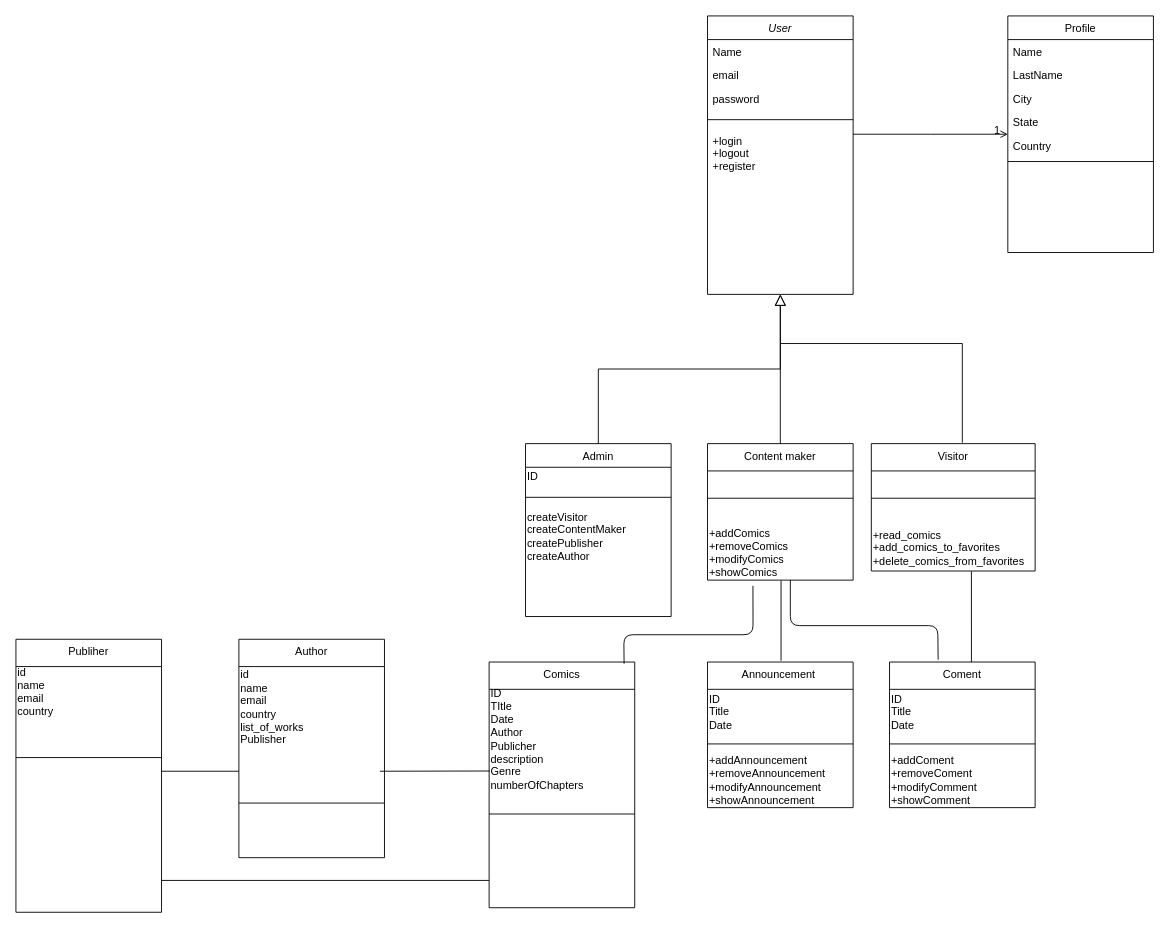
This is Project Diagram.drawio from niayz10/Backend-Project, a draw.io file, before an edit. Source tidied: cells renumbered, new cells numbered last; positions are measured from the earlier drawing's top-left corner, leaving out a move shared by most shapes. Both pictures are drawn from the tidied source at 91%, with x=0, y=0 at pixel (15, 15).
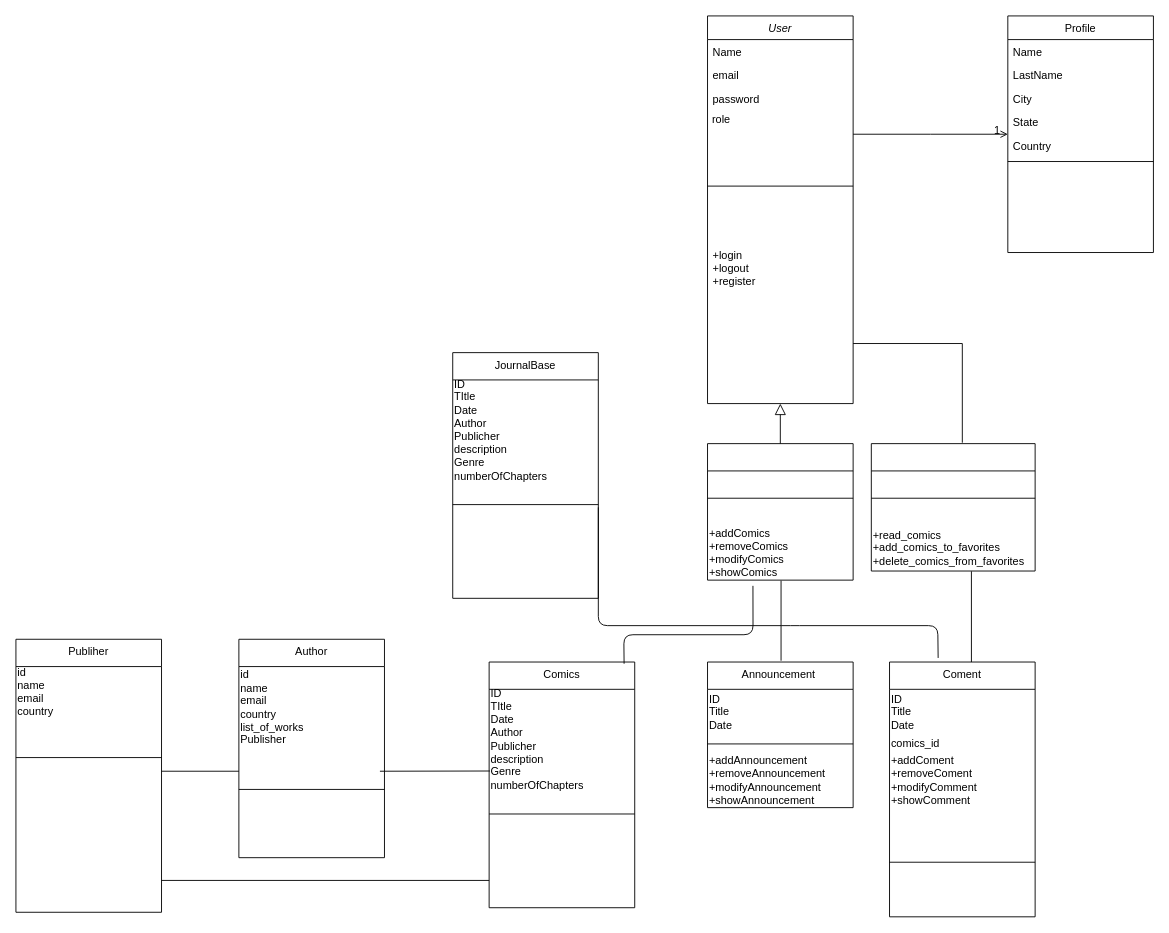
After the change.

Unchanged cells that the change refers to:
```xml
<mxCell id="42" value="Author" style="swimlane;fontStyle=0;align=center;verticalAlign=top;horizontal=1;startSize=30;rounded=0;shadow=0;strokeWidth=1;" parent="1" vertex="1">
  <mxGeometry x="245" y="685" width="160" height="240" as="geometry" />
</mxCell>
```

The edit, as a diff of the source:
```diff
@@
     <mxCell id="2" value="User" style="swimlane;fontStyle=2;align=center;verticalAlign=top;horizontal=1;startSize=26;rounded=0;shadow=0;strokeWidth=1;" parent="1" vertex="1">
-      <mxGeometry x="760" width="160" height="306" as="geometry" />
+      <mxGeometry x="760" width="160" height="426" as="geometry" />
     </mxCell>
@@
+    <mxCell id="55" value="&amp;nbsp;role" style="text;html=1;align=left;verticalAlign=middle;strokeColor=none;" parent="2" vertex="1">
+      <mxGeometry y="104" width="160" height="20" as="geometry" />
+    </mxCell>
     <mxCell id="6" style="line;html=1;strokeWidth=1;align=left;verticalAlign=middle;spacingTop=-1;spacingLeft=3;spacingRight=3;labelPosition=right;" parent="2" vertex="1">
-      <mxGeometry y="104" width="160" height="20" as="geometry" />
+      <mxGeometry y="124" width="160" height="126" as="geometry" />
     </mxCell>
     <mxCell id="7" value="+login&#10;+logout&#10;+register" style="text;align=left;verticalAlign=top;spacingLeft=4;spacingRight=4;overflow=hidden;" parent="2" vertex="1">
-      <mxGeometry y="124" width="160" height="150" as="geometry" />
+      <mxGeometry y="250" width="160" height="176" as="geometry" />
     </mxCell>
-    <mxCell id="8" value="Admin" style="swimlane;fontStyle=0;align=center;verticalAlign=top;horizontal=1;startSize=26;rounded=0;shadow=0;strokeWidth=1;" parent="1" vertex="1">
-      <mxGeometry x="560" y="470" width="160" height="190" as="geometry" />
-    </mxCell>
-    <mxCell id="9" value="ID" style="text;html=1;align=left;verticalAlign=middle;strokeColor=none;" parent="8" vertex="1">
-      <mxGeometry y="26" width="160" height="20" as="geometry" />
-    </mxCell>
-    <mxCell id="10" style="line;html=1;strokeWidth=1;align=left;verticalAlign=middle;spacingTop=-1;spacingLeft=3;spacingRight=3;labelPosition=right;" parent="8" vertex="1">
-      <mxGeometry y="46" width="160" height="26" as="geometry" />
-    </mxCell>
-    <mxCell id="11" value="createVisitor&lt;br&gt;createContentMaker&lt;br&gt;createPublisher&lt;br&gt;createAuthor" style="text;html=1;align=left;verticalAlign=middle;strokeColor=none;" parent="8" vertex="1">
-      <mxGeometry y="72" width="160" height="60" as="geometry" />
-    </mxCell>
-    <mxCell id="12" style="endArrow=block;endSize=10;endFill=0;shadow=0;strokeWidth=1;rounded=0;edgeStyle=elbowEdgeStyle;elbow=vertical;" parent="1" edge="1" source="8" target="2">
-      <mxGeometry relative="1" as="geometry" />
-    </mxCell>
-    <mxCell id="13" value="Content maker" style="swimlane;fontStyle=0;align=center;verticalAlign=top;horizontal=1;startSize=30;rounded=0;shadow=0;strokeWidth=1;" parent="1" vertex="1">
+    <mxCell id="13" style="swimlane;fontStyle=0;align=center;verticalAlign=top;horizontal=1;startSize=30;rounded=0;shadow=0;strokeWidth=1;" parent="1" vertex="1">
       <mxGeometry x="760" y="470" width="160" height="150" as="geometry" />
     </mxCell>
@@
-    <mxCell id="26" value="Visitor" style="swimlane;fontStyle=0;align=center;verticalAlign=top;horizontal=1;startSize=30;rounded=0;shadow=0;strokeWidth=1;" parent="1" vertex="1">
+    <mxCell id="26" style="swimlane;fontStyle=0;align=center;verticalAlign=top;horizontal=1;startSize=30;rounded=0;shadow=0;strokeWidth=1;" parent="1" vertex="1">
       <mxGeometry x="940" y="470" width="180" height="140" as="geometry" />
     </mxCell>
@@
     <mxCell id="29" style="endArrow=none;html=1;" parent="1" edge="1">
       <mxGeometry relative="1" as="geometry">
         <mxPoint x="1040" y="360" as="sourcePoint" />
-        <mxPoint x="840" y="360" as="targetPoint" />
+        <mxPoint x="920" y="360" as="targetPoint" />
       </mxGeometry>
     </mxCell>
@@
     <mxCell id="38" value="Coment" style="swimlane;fontStyle=0;align=center;verticalAlign=top;horizontal=1;startSize=30;rounded=0;shadow=0;strokeWidth=1;" parent="1" vertex="1">
-      <mxGeometry x="960" y="710" width="160" height="160" as="geometry" />
+      <mxGeometry x="960" y="710" width="160" height="280" as="geometry" />
     </mxCell>
@@
+    <mxCell id="56" value="comics_id" style="text;html=1;align=left;verticalAlign=middle;strokeColor=none;" parent="38" vertex="1">
+      <mxGeometry y="80" width="160" height="20" as="geometry" />
+    </mxCell>
+    <mxCell id="41" value="+addComent&lt;br&gt;+removeComent&lt;br&gt;+modifyComment&lt;br&gt;+showComment" style="text;html=1;align=left;verticalAlign=middle;strokeColor=none;" parent="38" vertex="1">
+      <mxGeometry y="100" width="160" height="60" as="geometry" />
+    </mxCell>
     <mxCell id="40" style="line;html=1;strokeWidth=1;align=left;verticalAlign=middle;spacingTop=-1;spacingLeft=3;spacingRight=3;labelPosition=right;" parent="38" vertex="1">
-      <mxGeometry y="80" width="160" height="20" as="geometry" />
+      <mxGeometry y="160" width="160" height="120" as="geometry" />
     </mxCell>
-    <mxCell id="41" value="+addComent&lt;br&gt;+removeComent&lt;br&gt;+modifyComment&lt;br&gt;+showComment" style="text;html=1;align=left;verticalAlign=middle;strokeColor=none;" parent="38" vertex="1">
-      <mxGeometry y="100" width="160" height="60" as="geometry" />
-    </mxCell>
@@
     <mxCell id="44" style="line;html=1;strokeWidth=1;align=left;verticalAlign=middle;spacingTop=-1;spacingLeft=3;spacingRight=3;labelPosition=right;" parent="42" vertex="1">
-      <mxGeometry y="120" width="160" height="120" as="geometry" />
+      <mxGeometry y="120" width="160" height="90" as="geometry" />
     </mxCell>
@@
     <mxCell id="49" style="endArrow=none;html=1;exitX=0.334;exitY=-0.016;exitDx=0;exitDy=0;exitPerimeter=0;" parent="1" edge="1" source="38">
       <mxGeometry relative="1" as="geometry">
-        <mxPoint x="851" y="620" as="targetPoint" />
+        <mxPoint x="640" y="540" as="targetPoint" />
         <Array as="points">
           <mxPoint x="1013" y="670" />
           <mxPoint x="851" y="670" />
+          <mxPoint x="640" y="670" />
         </Array>
       </mxGeometry>
     </mxCell>
@@
+    <mxCell id="57" value="JournalBase" style="swimlane;fontStyle=0;align=center;verticalAlign=top;horizontal=1;startSize=30;rounded=0;shadow=0;strokeWidth=1;" parent="1" vertex="1">
+      <mxGeometry x="480" y="370" width="160" height="270" as="geometry" />
+    </mxCell>
+    <mxCell id="58" value="ID&lt;br&gt;TItle&lt;br&gt;Date&lt;br&gt;Author&lt;br&gt;Publicher&lt;br&gt;description&lt;br&gt;Genre&lt;br&gt;numberOfChapters" style="text;html=1;align=left;verticalAlign=middle;strokeColor=none;rotation=0;" parent="57" vertex="1">
+      <mxGeometry y="30" width="160" height="110" as="geometry" />
+    </mxCell>
+    <mxCell id="59" style="line;html=1;strokeWidth=1;align=left;verticalAlign=middle;spacingTop=-1;spacingLeft=3;spacingRight=3;labelPosition=right;" parent="57" vertex="1">
+      <mxGeometry y="140" width="160" height="54" as="geometry" />
+    </mxCell>
```
